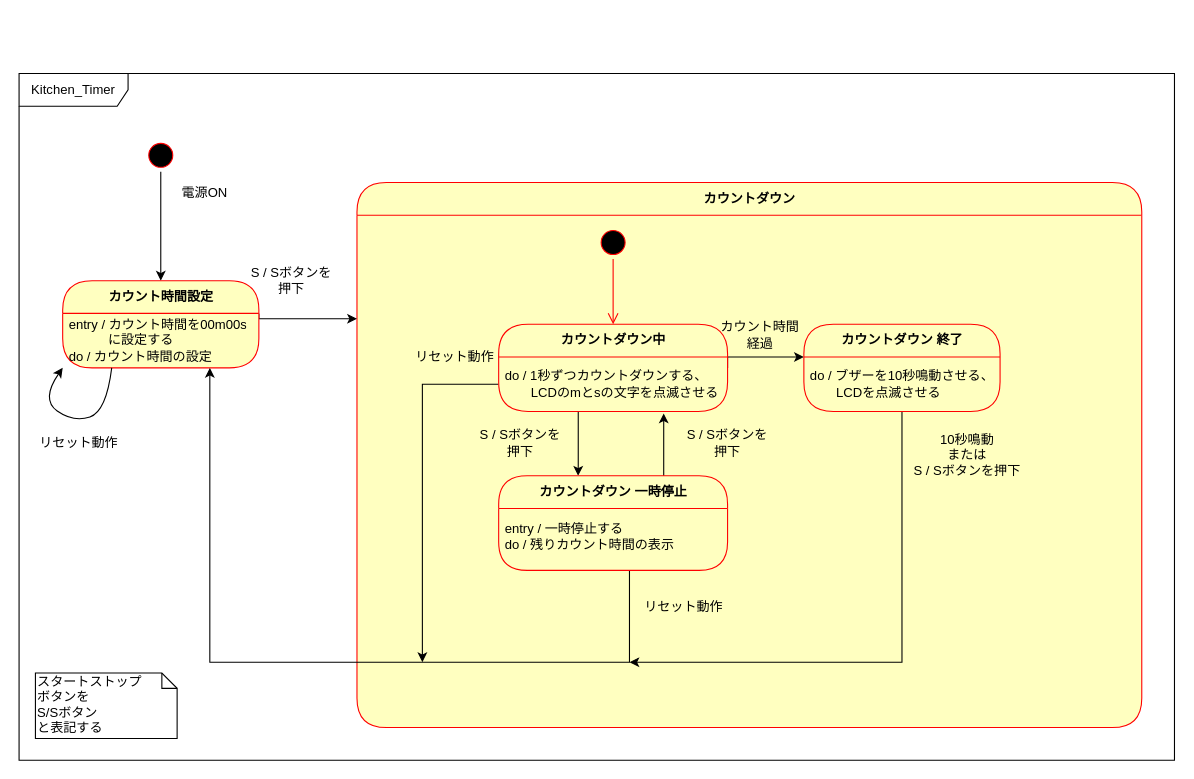
The draw.io diagram page "ページ2" (1 of 2) of 資料/設計/状態遷移/old/状態遷移図v0.4.drawio in hakohumi/comp.Kitchen_Timer, before the edit. Source tidied: cells renumbered, new cells numbered last; positions are measured from the earlier drawing's top-left corner, leaving out a move shared by most shapes. Both pictures are drawn from the tidied source at 109%, with x=0, y=0 at pixel (19, 73).
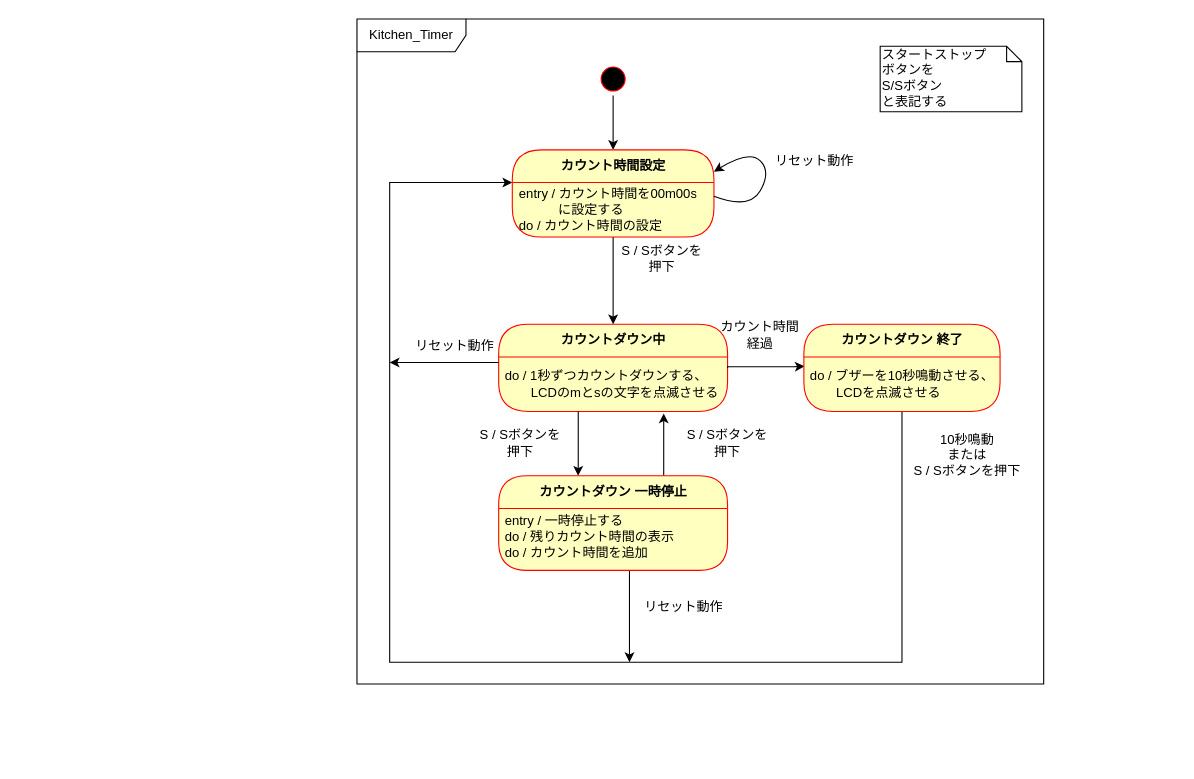
Above is the later version.

The change refers to these unchanged cells:
```xml
<mxCell id="20" value="do / ブザーを10秒鳴動させる、&lt;br&gt;　　LCDを点滅させる" style="text;html=1;strokeColor=none;fillColor=none;align=left;verticalAlign=middle;spacingLeft=4;spacingRight=4;whiteSpace=wrap;overflow=hidden;fontColor=#000000;" parent="19" vertex="1">
  <mxGeometry y="30" width="180" height="50" as="geometry" />
</mxCell>
<mxCell id="29" value="カウントダウン 一時停止" style="swimlane;html=1;fontStyle=1;align=center;verticalAlign=middle;horizontal=1;startSize=30;fontColor=#000000;rounded=1;arcSize=29;strokeColor=#ff0000;fillColor=#ffffc0;swimlaneFillColor=#ffffc0;" parent="1" vertex="1">
  <mxGeometry x="440" y="369" width="210" height="86.8" as="geometry" />
</mxCell>
```

The edit, as a diff of the source:
```diff
@@
+    <mxCell id="27" value="カウントダウン中" style="swimlane;html=1;fontStyle=1;align=center;verticalAlign=middle;horizontal=1;startSize=30;fontColor=#000000;rounded=1;arcSize=30;strokeColor=#ff0000;fillColor=#ffffc0;swimlaneFillColor=#ffffc0;" parent="1" vertex="1">
+      <mxGeometry x="440" y="230" width="210" height="80" as="geometry" />
+    </mxCell>
+    <mxCell id="28" value="do / 1秒ずつカウントダウンする、&lt;br&gt;　　LCDのmとsの文字を点滅させる" style="text;html=1;strokeColor=none;fillColor=none;align=left;verticalAlign=middle;spacingLeft=4;spacingRight=4;whiteSpace=wrap;overflow=hidden;fontColor=#000000;" parent="27" vertex="1">
+      <mxGeometry y="30" width="210" height="50" as="geometry" />
+    </mxCell>
     <mxCell id="2" value="Kitchen_Timer" style="shape=umlFrame;whiteSpace=wrap;html=1;width=100;height=30;" parent="1" vertex="1">
-      <mxGeometry width="1060" height="630" as="geometry" />
+      <mxGeometry x="310" y="-50" width="630" height="610" as="geometry" />
     </mxCell>
-    <mxCell id="3" value="カウントダウン" style="swimlane;html=1;fontStyle=1;align=center;verticalAlign=middle;horizontal=1;startSize=30;fontColor=#000000;rounded=1;arcSize=30;strokeColor=#ff0000;fillColor=#ffffc0;swimlaneFillColor=#ffffc0;" parent="1" vertex="1">
-      <mxGeometry x="310" y="100" width="720" height="500" as="geometry" />
-    </mxCell>
@@
     <mxCell id="5" style="ellipse;html=1;shape=startState;fillColor=#000000;strokeColor=#ff0000;" parent="1" vertex="1">
-      <mxGeometry x="115" y="60" width="30" height="30" as="geometry" />
+      <mxGeometry x="530" y="-10" width="30" height="30" as="geometry" />
     </mxCell>
-    <mxCell id="6" style="ellipse;html=1;shape=startState;fillColor=#000000;strokeColor=#ff0000;" parent="1" vertex="1">
-      <mxGeometry x="530" y="140" width="30" height="30" as="geometry" />
-    </mxCell>
-    <mxCell id="7" style="edgeStyle=orthogonalEdgeStyle;html=1;verticalAlign=bottom;endArrow=open;endSize=8;strokeColor=#ff0000;" parent="1" edge="1" source="6" target="27">
-      <mxGeometry relative="1" as="geometry" />
-    </mxCell>
@@
-    <mxCell id="9" style="edgeStyle=orthogonalEdgeStyle;rounded=0;jettySize=auto;html=1;exitX=1;exitY=0.5;exitDx=0;exitDy=0;entryX=0;entryY=0;entryDx=0;entryDy=0;" parent="1" edge="1" source="27" target="20">
+    <mxCell id="9" style="edgeStyle=orthogonalEdgeStyle;rounded=0;jettySize=auto;html=1;exitX=1;exitY=0.5;exitDx=0;exitDy=0;entryX=0.004;entryY=0.172;entryDx=0;entryDy=0;entryPerimeter=0;" parent="1" edge="1" source="27" target="20">
       <mxGeometry relative="1" as="geometry">
         <Array as="points">
-          <mxPoint x="600" y="260" />
-          <mxPoint x="600" y="260" />
+          <mxPoint x="650" y="269" />
+          <mxPoint x="710" y="269" />
         </Array>
       </mxGeometry>
     </mxCell>
@@
-    <mxCell id="11" style="edgeStyle=orthogonalEdgeStyle;rounded=0;jettySize=auto;html=1;entryX=0;entryY=0.25;entryDx=0;entryDy=0;exitX=1;exitY=0;exitDx=0;exitDy=0;" parent="1" edge="1" source="13" target="3">
+    <mxCell id="11" style="edgeStyle=orthogonalEdgeStyle;rounded=0;jettySize=auto;html=1;entryX=0.5;entryY=0;entryDx=0;entryDy=0;exitX=0.5;exitY=1;exitDx=0;exitDy=0;" parent="1" edge="1" source="13" target="27">
       <mxGeometry relative="1" as="geometry">
         <Array as="points">
-          <mxPoint x="220" y="225" />
+          <mxPoint x="545" y="160" />
+          <mxPoint x="545" y="160" />
         </Array>
       </mxGeometry>
     </mxCell>
-    <mxCell id="12" value="カウント時間設定" style="swimlane;html=1;fontStyle=1;align=center;verticalAlign=middle;horizontal=1;startSize=30;fontColor=#000000;rounded=1;arcSize=30;strokeColor=#ff0000;fillColor=#ffffc0;swimlaneFillColor=#ffffc0;" parent="1" vertex="1">
-      <mxGeometry x="40" y="190" width="180" height="80" as="geometry" />
-    </mxCell>
-    <mxCell id="13" value="entry / カウント時間を00m00s&lt;br&gt;　　　に設定する&lt;br&gt;do / カウント時間の設定" style="text;html=1;strokeColor=none;fillColor=none;align=left;verticalAlign=middle;spacingLeft=4;spacingRight=4;whiteSpace=wrap;overflow=hidden;fontColor=#000000;" parent="12" vertex="1">
-      <mxGeometry y="30" width="180" height="50" as="geometry" />
-    </mxCell>
-    <mxCell id="14" style="curved=1;endArrow=classic;html=1;exitX=0.25;exitY=1;exitDx=0;exitDy=0;entryX=0;entryY=1;entryDx=0;entryDy=0;" parent="12" edge="1" source="13" target="13">
-      <mxGeometry relative="1" as="geometry">
-        <Array as="points">
-          <mxPoint x="40" y="120" />
-          <mxPoint x="10" y="130" />
-          <mxPoint x="-20" y="109" />
-        </Array>
-      </mxGeometry>
-    </mxCell>
     <mxCell id="15" value="S / Sボタンを押下" style="text;html=1;strokeColor=none;fillColor=none;align=center;verticalAlign=middle;whiteSpace=wrap;rounded=0;" parent="1" vertex="1">
-      <mxGeometry x="210" y="180" width="80" height="20" as="geometry" />
+      <mxGeometry x="550" y="160" width="80" height="20" as="geometry" />
     </mxCell>
-    <mxCell id="16" style="edgeStyle=orthogonalEdgeStyle;rounded=0;jettySize=auto;html=1;entryX=0.75;entryY=1;entryDx=0;entryDy=0;" parent="1" edge="1" source="30" target="13">
+    <mxCell id="16" style="edgeStyle=orthogonalEdgeStyle;rounded=0;jettySize=auto;html=1;" parent="1" edge="1" source="30">
       <mxGeometry relative="1" as="geometry">
+        <mxPoint x="560" y="540" as="targetPoint" />
         <Array as="points">
           <mxPoint x="560" y="540" />
-          <mxPoint x="175" y="540" />
         </Array>
       </mxGeometry>
     </mxCell>
-    <mxCell id="17" style="edgeStyle=orthogonalEdgeStyle;rounded=0;jettySize=auto;html=1;exitX=0.5;exitY=1;exitDx=0;exitDy=0;" parent="1" edge="1" source="20">
+    <mxCell id="17" style="edgeStyle=orthogonalEdgeStyle;rounded=0;jettySize=auto;html=1;exitX=0.5;exitY=1;exitDx=0;exitDy=0;entryX=0;entryY=0;entryDx=0;entryDy=0;" parent="1" edge="1" source="20" target="13">
       <mxGeometry relative="1" as="geometry">
-        <mxPoint x="560" y="540" as="targetPoint" />
         <Array as="points">
           <mxPoint x="810" y="540" />
+          <mxPoint x="340" y="540" />
+          <mxPoint x="340" y="100" />
         </Array>
       </mxGeometry>
     </mxCell>
-    <mxCell id="18" style="edgeStyle=orthogonalEdgeStyle;rounded=0;jettySize=auto;html=1;" parent="1" edge="1" source="28">
+    <mxCell id="18" style="edgeStyle=orthogonalEdgeStyle;rounded=0;jettySize=auto;html=1;exitX=0;exitY=0.101;exitDx=0;exitDy=0;exitPerimeter=0;" parent="1" edge="1" source="28">
       <mxGeometry relative="1" as="geometry">
-        <mxPoint x="370" y="540" as="targetPoint" />
-        <Array as="points">
-          <mxPoint x="370" y="285" />
-          <mxPoint x="370" y="540" />
-        </Array>
+        <mxPoint x="340" y="265" as="targetPoint" />
       </mxGeometry>
     </mxCell>
@@
     <mxCell id="26" value="リセット動作" style="text;html=1;strokeColor=none;fillColor=none;align=center;verticalAlign=middle;whiteSpace=wrap;rounded=0;" parent="1" vertex="1">
-      <mxGeometry x="360" y="250" width="80" height="20" as="geometry" />
+      <mxGeometry x="360" y="240" width="80" height="20" as="geometry" />
     </mxCell>
-    <mxCell id="27" value="カウントダウン中" style="swimlane;html=1;fontStyle=1;align=center;verticalAlign=middle;horizontal=1;startSize=30;fontColor=#000000;rounded=1;arcSize=30;strokeColor=#ff0000;fillColor=#ffffc0;swimlaneFillColor=#ffffc0;" parent="1" vertex="1">
-      <mxGeometry x="440" y="230" width="210" height="80" as="geometry" />
-    </mxCell>
-    <mxCell id="28" value="do / 1秒ずつカウントダウンする、&lt;br&gt;　　LCDのmとsの文字を点滅させる" style="text;html=1;strokeColor=none;fillColor=none;align=left;verticalAlign=middle;spacingLeft=4;spacingRight=4;whiteSpace=wrap;overflow=hidden;fontColor=#000000;" parent="27" vertex="1">
-      <mxGeometry y="30" width="210" height="50" as="geometry" />
-    </mxCell>
@@
-    <mxCell id="30" value="entry / 一時停止する&lt;br&gt;do / 残りカウント時間の表示" style="text;html=1;strokeColor=none;fillColor=none;align=left;verticalAlign=middle;spacingLeft=4;spacingRight=4;whiteSpace=wrap;overflow=hidden;fontColor=#000000;" parent="29" vertex="1">
+    <mxCell id="30" value="entry / 一時停止する&lt;br&gt;do / 残りカウント時間の表示&lt;br&gt;do / カウント時間を追加" style="text;html=1;strokeColor=none;fillColor=none;align=left;verticalAlign=middle;spacingLeft=4;spacingRight=4;whiteSpace=wrap;overflow=hidden;fontColor=#000000;" parent="29" vertex="1">
       <mxGeometry y="30" width="210" height="52.6" as="geometry" />
     </mxCell>
@@
     <mxCell id="33" value="スタートストップ&lt;br&gt;ボタンを&lt;br&gt;S/Sボタン&lt;br&gt;と表記する" style="shape=note;whiteSpace=wrap;html=1;size=14;verticalAlign=top;align=left;spacingTop=-6;" parent="1" vertex="1">
-      <mxGeometry x="15" y="550" width="130" height="60" as="geometry" />
+      <mxGeometry x="790" y="-25" width="130" height="60" as="geometry" />
     </mxCell>
     <mxCell id="34" value="リセット動作" style="text;html=1;strokeColor=none;fillColor=none;align=center;verticalAlign=middle;whiteSpace=wrap;rounded=0;" parent="1" vertex="1">
-      <mxGeometry x="15" y="329" width="80" height="20" as="geometry" />
+      <mxGeometry x="690" y="70" width="80" height="20" as="geometry" />
     </mxCell>
-    <mxCell id="35" value="電源ON" style="text;html=1;align=center;verticalAlign=middle;" parent="1" vertex="1">
-      <mxGeometry x="140" y="100" width="60" height="20" as="geometry" />
-    </mxCell>
+    <mxCell id="12" value="カウント時間設定" style="swimlane;html=1;fontStyle=1;align=center;verticalAlign=middle;horizontal=1;startSize=30;fontColor=#000000;rounded=1;arcSize=30;strokeColor=#ff0000;fillColor=#ffffc0;swimlaneFillColor=#ffffc0;" parent="1" vertex="1">
+      <mxGeometry x="452.5" y="70" width="185" height="80" as="geometry" />
+    </mxCell>
+    <mxCell id="13" value="entry / カウント時間を00m00s&lt;br&gt;　　　に設定する&lt;br&gt;do / カウント時間の設定" style="text;html=1;strokeColor=none;fillColor=none;align=left;verticalAlign=middle;spacingLeft=4;spacingRight=4;whiteSpace=wrap;overflow=hidden;fontColor=#000000;" parent="12" vertex="1">
+      <mxGeometry y="30" width="185" height="50" as="geometry" />
+    </mxCell>
+    <mxCell id="14" style="curved=1;endArrow=classic;html=1;exitX=1;exitY=0.25;exitDx=0;exitDy=0;entryX=1;entryY=0.25;entryDx=0;entryDy=0;" parent="12" edge="1" source="13" target="12">
+      <mxGeometry relative="1" as="geometry">
+        <Array as="points">
+          <mxPoint x="217.5" y="55" />
+          <mxPoint x="237.5" y="20" />
+          <mxPoint x="217.5" />
+        </Array>
+      </mxGeometry>
+    </mxCell>
```
